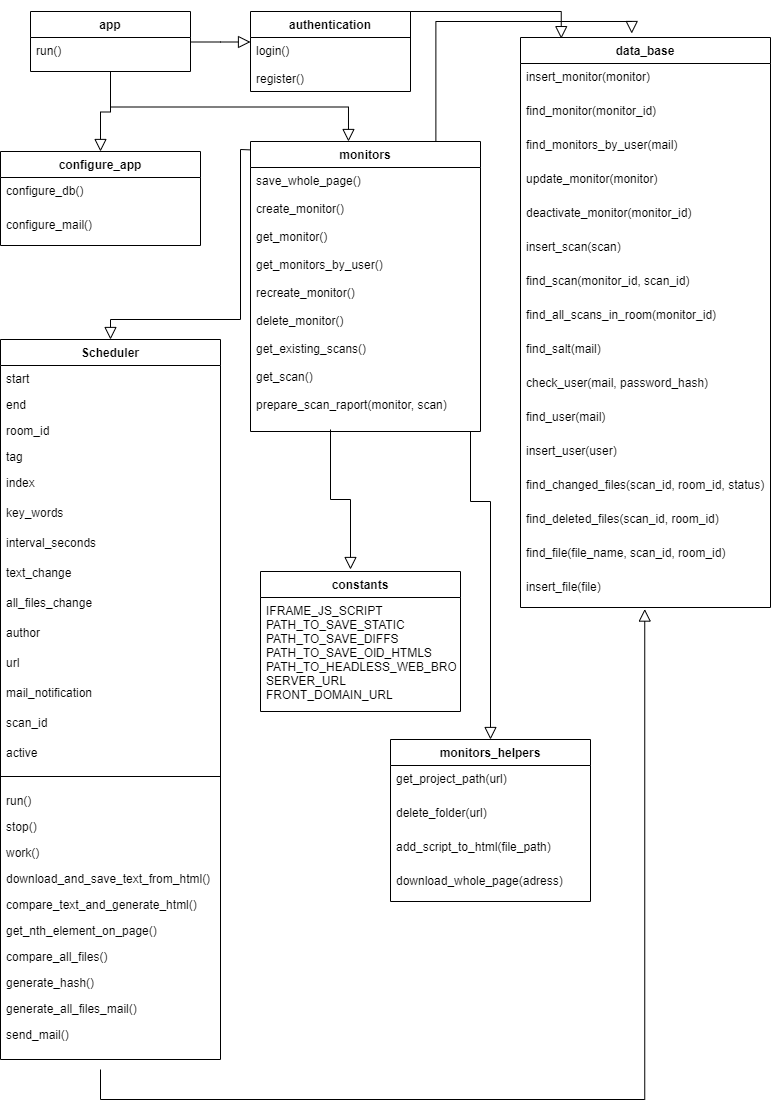
JanKulbinski/WebsiteMonitor keeps this draw.io diagram as pdf/class-uml-backend.png. Above is the earlier version. Source tidied: cells renumbered, new cells last; positions are measured from the earlier drawing's top-left corner, leaving out a move shared by most shapes.
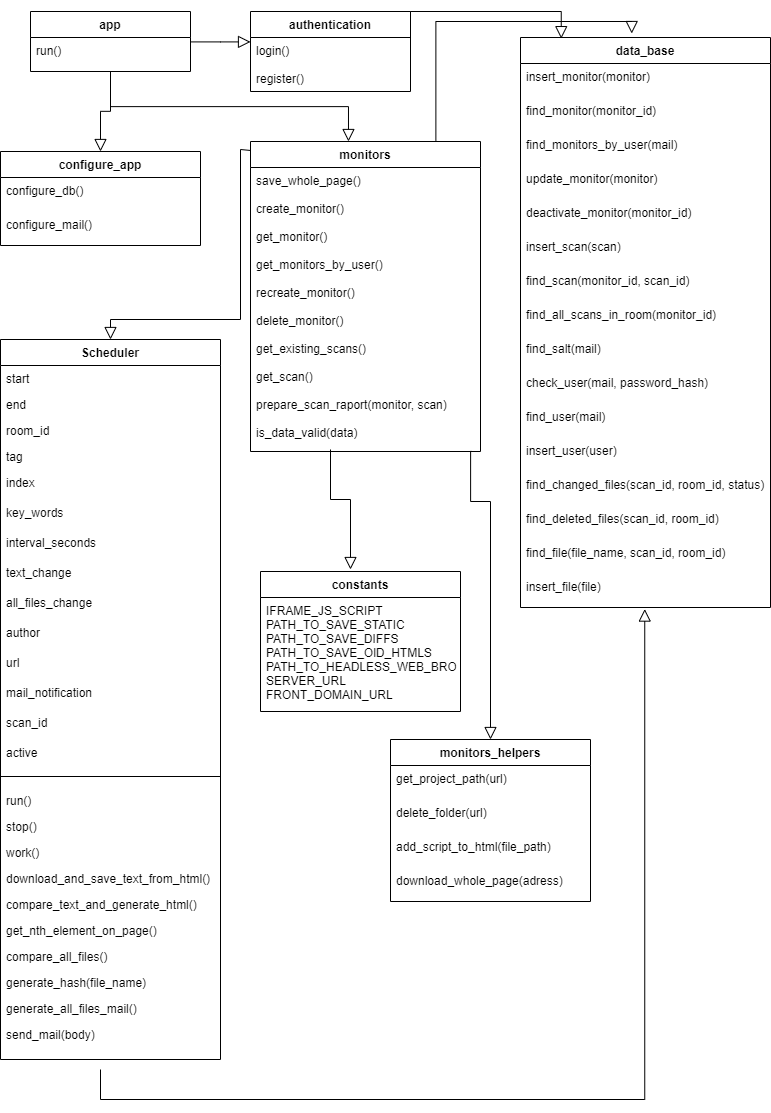
After the commit.

Commit message:
backend is data valid

Change to the diagram source:
```diff
@@ -9,10 +9,10 @@
       <mxGeometry y="26" width="160" height="44" as="geometry" />
     </mxCell>
     <mxCell id="4" value="monitors" style="swimlane;fontStyle=1;align=center;verticalAlign=top;horizontal=1;startSize=26;rounded=0;shadow=0;strokeWidth=1;" parent="1" vertex="1">
-      <mxGeometry x="250" y="130" width="230" height="290" as="geometry" />
+      <mxGeometry x="250" y="130" width="230" height="310" as="geometry" />
     </mxCell>
-    <mxCell id="5" value="save_whole_page()&#10;&#10;create_monitor()&#10;&#10;get_monitor()&#10;&#10;get_monitors_by_user()&#10;&#10;recreate_monitor()&#10;&#10;delete_monitor()&#10;&#10;get_existing_scans()&#10;&#10;get_scan()&#10;&#10;prepare_scan_raport(monitor, scan)" style="text;align=left;verticalAlign=top;spacingLeft=4;spacingRight=4;overflow=hidden;points=[[0,0.5],[1,0.5]];portConstraint=eastwest;" parent="4" vertex="1">
-      <mxGeometry y="26" width="230" height="254" as="geometry" />
+    <mxCell id="5" value="save_whole_page()&#10;&#10;create_monitor()&#10;&#10;get_monitor()&#10;&#10;get_monitors_by_user()&#10;&#10;recreate_monitor()&#10;&#10;delete_monitor()&#10;&#10;get_existing_scans()&#10;&#10;get_scan()&#10;&#10;prepare_scan_raport(monitor, scan)&#10;&#10;is_data_valid(data)" style="text;align=left;verticalAlign=top;spacingLeft=4;spacingRight=4;overflow=hidden;points=[[0,0.5],[1,0.5]];portConstraint=eastwest;" parent="4" vertex="1">
+      <mxGeometry y="26" width="230" height="284" as="geometry" />
     </mxCell>
     <mxCell id="6" style="endArrow=block;endSize=10;endFill=0;shadow=0;strokeWidth=1;rounded=0;edgeStyle=elbowEdgeStyle;elbow=vertical;exitX=0.5;exitY=1;exitDx=0;exitDy=0;entryX=0.426;entryY=0;entryDx=0;entryDy=0;entryPerimeter=0;" parent="1" edge="1" source="7" target="4">
       <mxGeometry relative="1" as="geometry" />
@@ -95,13 +95,13 @@
     <mxCell id="32" value="compare_all_files()" style="text;align=left;verticalAlign=top;spacingLeft=4;spacingRight=4;overflow=hidden;" parent="10" vertex="1">
       <mxGeometry y="604" width="220" height="26" as="geometry" />
     </mxCell>
-    <mxCell id="33" value="generate_hash()" style="text;align=left;verticalAlign=top;spacingLeft=4;spacingRight=4;overflow=hidden;" parent="10" vertex="1">
+    <mxCell id="33" value="generate_hash(file_name)" style="text;align=left;verticalAlign=top;spacingLeft=4;spacingRight=4;overflow=hidden;" parent="10" vertex="1">
       <mxGeometry y="630" width="220" height="26" as="geometry" />
     </mxCell>
     <mxCell id="34" value="generate_all_files_mail()" style="text;align=left;verticalAlign=top;spacingLeft=4;spacingRight=4;overflow=hidden;" parent="10" vertex="1">
       <mxGeometry y="656" width="220" height="26" as="geometry" />
     </mxCell>
-    <mxCell id="35" value="send_mail()" style="text;align=left;verticalAlign=top;spacingLeft=4;spacingRight=4;overflow=hidden;" parent="10" vertex="1">
+    <mxCell id="35" value="send_mail(body)" style="text;align=left;verticalAlign=top;spacingLeft=4;spacingRight=4;overflow=hidden;" parent="10" vertex="1">
       <mxGeometry y="682" width="220" height="26" as="geometry" />
     </mxCell>
     <mxCell id="36" value="monitors_helpers" style="swimlane;fontStyle=1;align=center;verticalAlign=top;horizontal=1;startSize=26;" parent="1" vertex="1">
@@ -214,16 +214,15 @@
     </mxCell>
     <mxCell id="67" style="endArrow=block;endSize=10;endFill=0;shadow=0;strokeWidth=1;rounded=0;edgeStyle=elbowEdgeStyle;elbow=vertical;" parent="1" edge="1">
       <mxGeometry relative="1" as="geometry">
-        <mxPoint x="330" y="418" as="sourcePoint" />
+        <mxPoint x="330" y="438" as="sourcePoint" />
         <mxPoint x="350" y="558" as="targetPoint" />
         <Array as="points">
           <mxPoint x="320" y="488" />
         </Array>
       </mxGeometry>
     </mxCell>
-    <mxCell id="68" style="endArrow=block;endSize=10;endFill=0;shadow=0;strokeWidth=1;rounded=0;edgeStyle=elbowEdgeStyle;elbow=vertical;entryX=0.5;entryY=0;entryDx=0;entryDy=0;entryPerimeter=0;" parent="1" edge="1" target="36">
+    <mxCell id="68" style="endArrow=block;endSize=10;endFill=0;shadow=0;strokeWidth=1;rounded=0;edgeStyle=elbowEdgeStyle;elbow=vertical;entryX=0.5;entryY=0;entryDx=0;entryDy=0;entryPerimeter=0;exitX=0.957;exitY=0.998;exitDx=0;exitDy=0;exitPerimeter=0;" parent="1" edge="1" source="5" target="36">
       <mxGeometry relative="1" as="geometry">
-        <mxPoint x="470" y="420" as="sourcePoint" />
         <Array as="points">
           <mxPoint x="530" y="490" />
         </Array>
```
